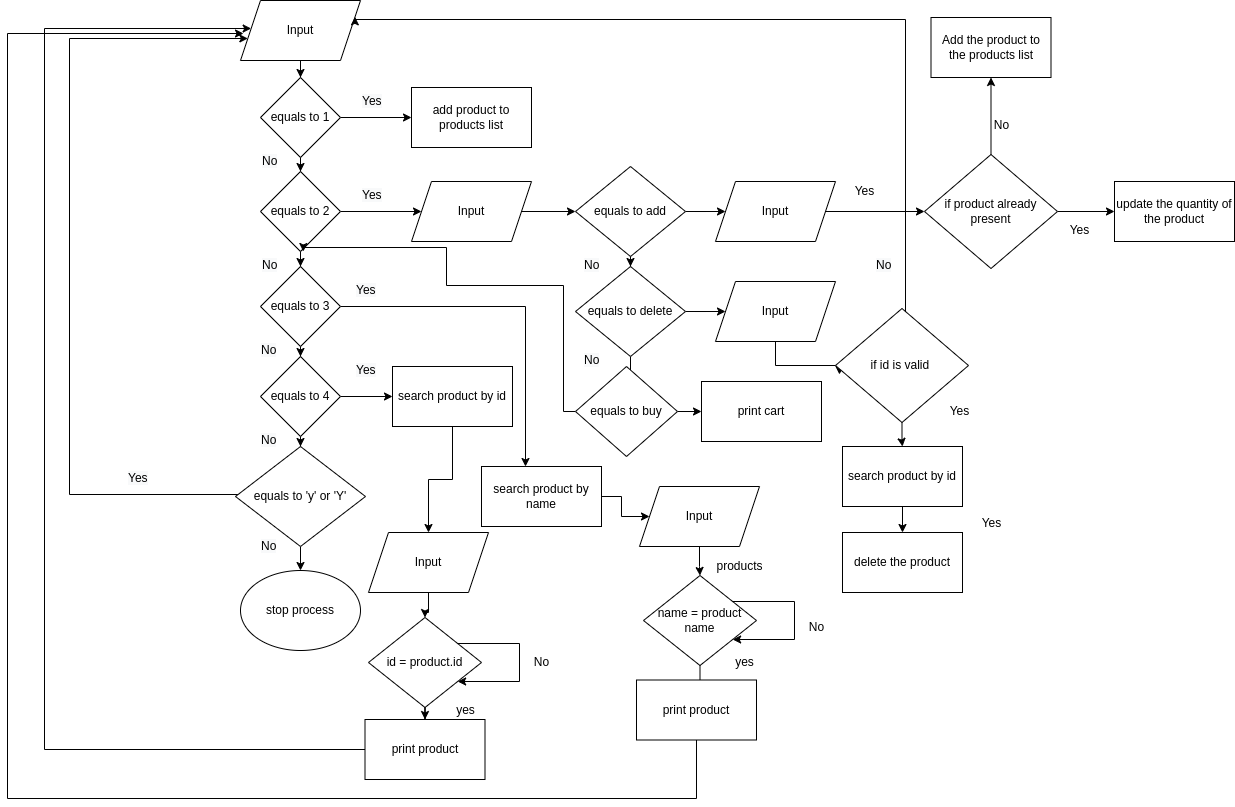
Above: flowchart.png in avinash-lokani/Problem-Solving (draw.io), before the change. Source tidied: cells renumbered, new cells last; positions are measured from the earlier drawing's top-left corner, leaving out a move shared by most shapes.
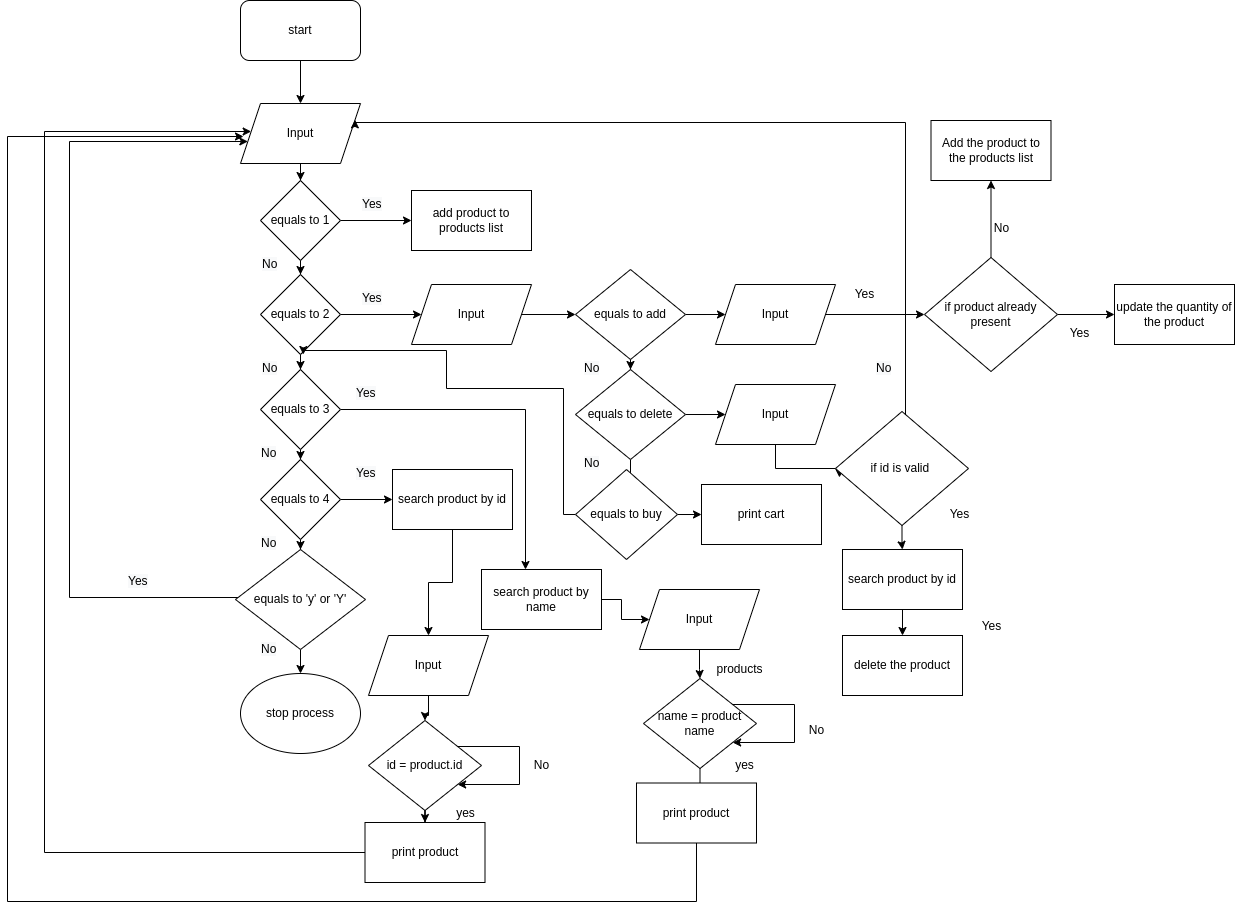
After the change.

Change to the diagram source:
```diff
@@ -304,5 +304,11 @@
     <mxCell id="88" value="Yes" style="text;html=1;align=center;verticalAlign=middle;strokeColor=none;fillColor=none;" parent="1" vertex="1">
       <mxGeometry x="955" y="513" width="57" height="19" as="geometry" />
     </mxCell>
+    <mxCell id="89" style="edgeStyle=orthogonalEdgeStyle;rounded=0;jettySize=auto;html=1;" parent="1" edge="1" source="90" target="3">
+      <mxGeometry relative="1" as="geometry" />
+    </mxCell>
+    <mxCell id="90" value="start" style="rounded=1;whiteSpace=wrap;html=1;" parent="1" vertex="1">
+      <mxGeometry x="233" y="-103" width="120" height="60" as="geometry" />
+    </mxCell>
   </root>
 </mxGraphModel>
```
